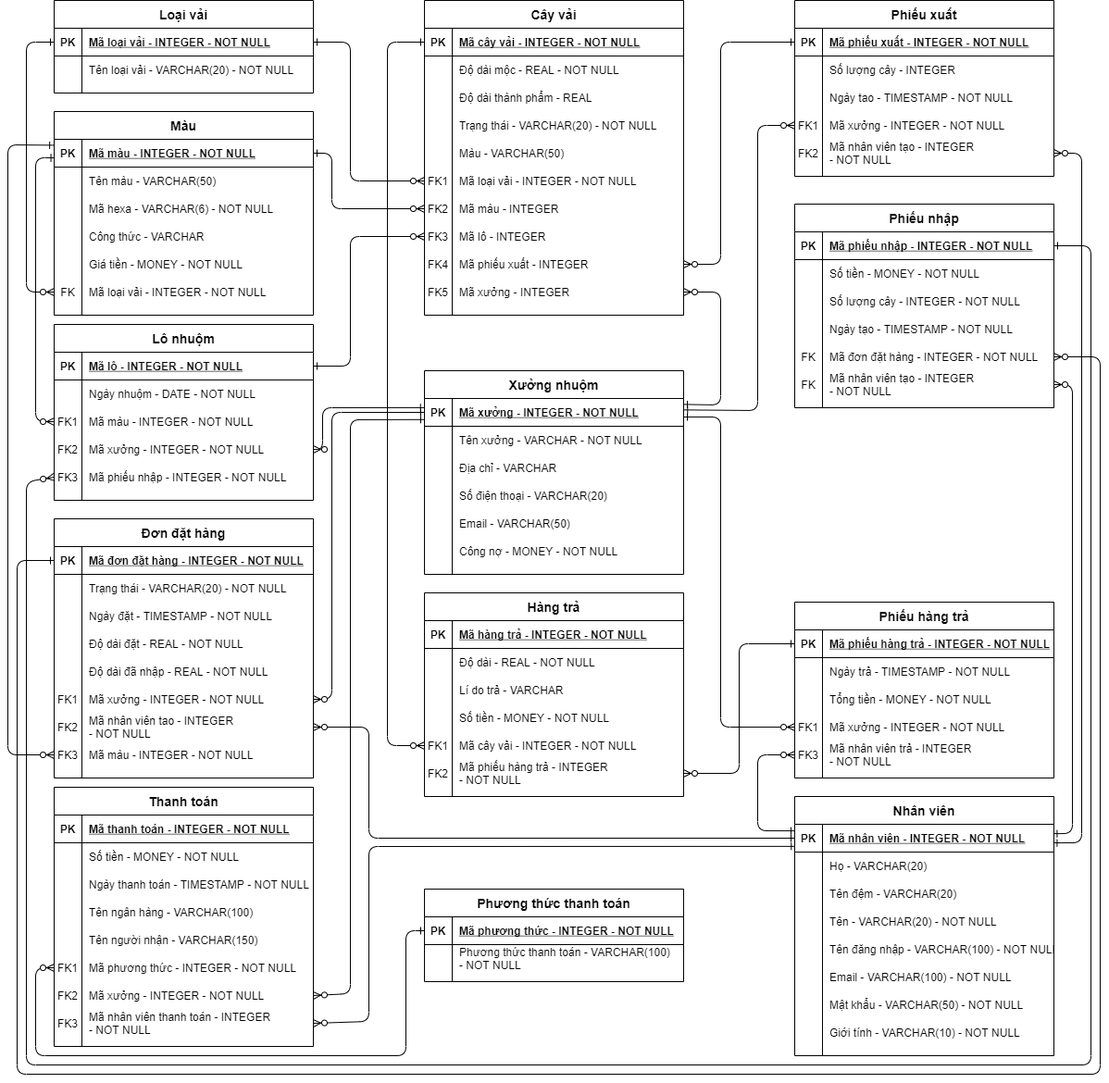
Earlier version of the draw.io export Image/General/Relational Data Model.png (trungtinh961/Report_LVTN). Source tidied: cells renumbered, new cells last; positions are measured from the earlier drawing's top-left corner, leaving out a move shared by most shapes.
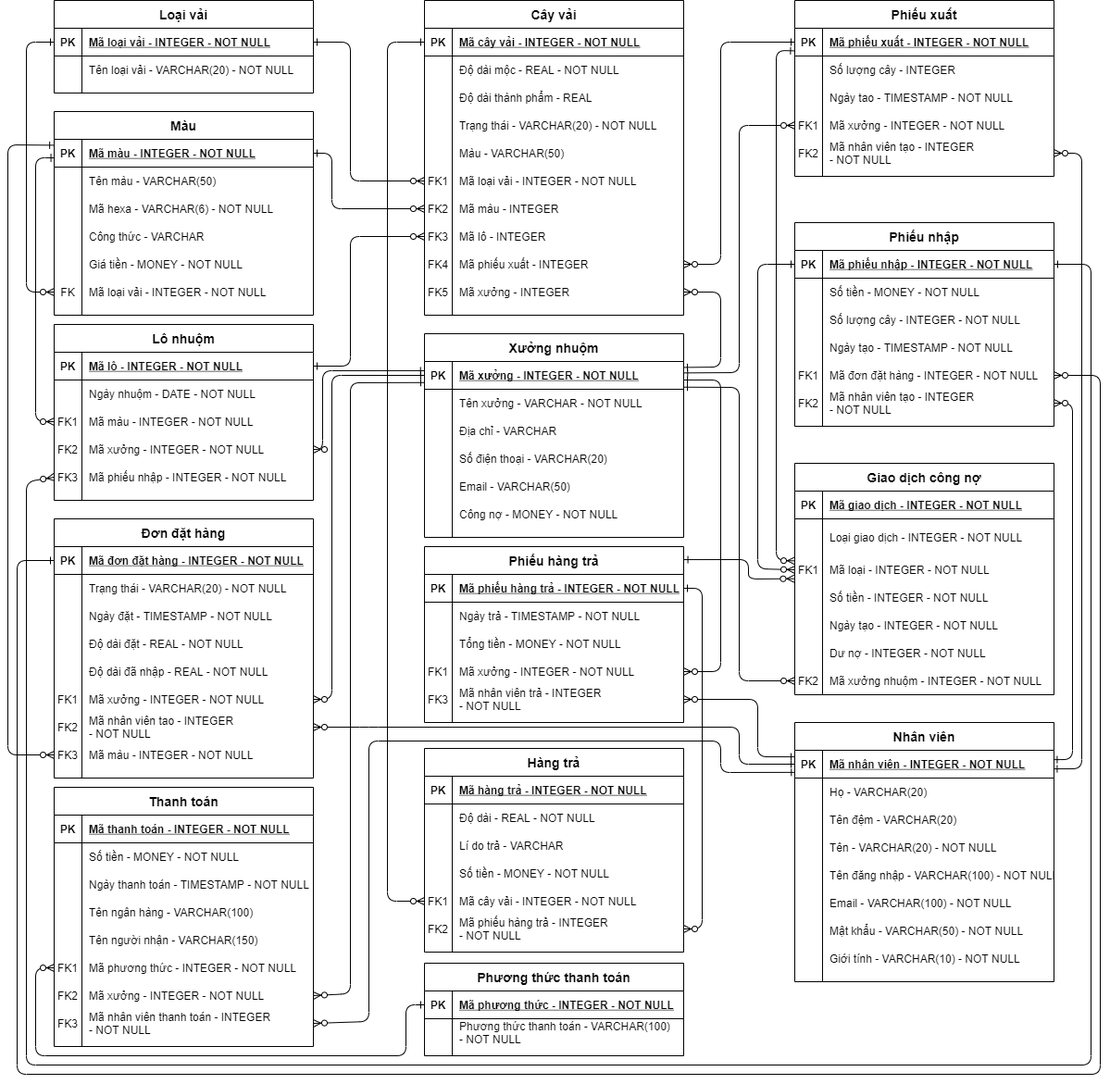
Above is the later version.

Diff of the diagram source:
```diff
@@ -5,3 +5,3 @@
     <mxCell id="2" value="Nhân viên" style="shape=table;startSize=30;rowLines=0;fontStyle=1;align=center;fontSize=14;" parent="1" vertex="1">
-      <mxGeometry x="850" y="860" width="280" height="280" as="geometry" />
+      <mxGeometry x="850" y="780" width="280" height="280" as="geometry" />
     </mxCell>
@@ -80,3 +80,3 @@
     <mxCell id="27" value="Phiếu nhập" style="shape=table;startSize=30;rowLines=0;fontStyle=1;align=center;fontSize=14;" parent="1" vertex="1">
-      <mxGeometry x="850" y="220" width="280" height="220" as="geometry" />
+      <mxGeometry x="850" y="240" width="280" height="220" as="geometry" />
     </mxCell>
@@ -121,3 +121,3 @@
     </mxCell>
-    <mxCell id="41" value="FK" style="shape=partialRectangle;overflow=hidden;fillColor=none;top=0;left=0;bottom=0;right=0;" parent="40" vertex="1">
+    <mxCell id="41" value="FK1" style="shape=partialRectangle;overflow=hidden;fillColor=none;top=0;left=0;bottom=0;right=0;" parent="40" vertex="1">
       <mxGeometry width="30" height="30" as="geometry" />
@@ -130,3 +130,3 @@
     </mxCell>
-    <mxCell id="44" value="FK" style="shape=partialRectangle;overflow=hidden;fillColor=none;top=0;left=0;bottom=0;right=0;" parent="43" vertex="1">
+    <mxCell id="44" value="FK2" style="shape=partialRectangle;overflow=hidden;fillColor=none;top=0;left=0;bottom=0;right=0;" parent="43" vertex="1">
       <mxGeometry width="30" height="30" as="geometry" />
@@ -554,3 +554,3 @@
     <mxCell id="185" value="Phương thức thanh toán" style="shape=table;startSize=30;rowLines=0;fontStyle=1;align=center;fontSize=14;" parent="1" vertex="1">
-      <mxGeometry x="450" y="960" width="280" height="100" as="geometry" />
+      <mxGeometry x="450" y="1040" width="280" height="100" as="geometry" />
     </mxCell>
@@ -575,3 +575,3 @@
     <mxCell id="192" value="Xưởng nhuộm" style="shape=table;startSize=30;rowLines=0;fontStyle=1;align=center;fontSize=14;" parent="1" vertex="1">
-      <mxGeometry x="450" y="400" width="280" height="220" as="geometry" />
+      <mxGeometry x="450" y="360" width="280" height="220" as="geometry" />
     </mxCell>
@@ -632,3 +632,3 @@
     <mxCell id="211" value="Hàng trả" style="shape=table;startSize=30;rowLines=0;fontStyle=1;align=center;fontSize=14;" parent="1" vertex="1">
-      <mxGeometry x="450" y="640" width="280" height="220" as="geometry" />
+      <mxGeometry x="450" y="808" width="280" height="220" as="geometry" />
     </mxCell>
@@ -731,3 +731,3 @@
         <Array as="points">
-          <mxPoint x="350" y="445" />
+          <mxPoint x="350" y="405" />
           <mxPoint x="350" y="755" />
@@ -739,3 +739,4 @@
         <Array as="points">
-          <mxPoint x="390" y="905" />
+          <mxPoint x="790" y="825" />
+          <mxPoint x="790" y="785" />
           <mxPoint x="390" y="785" />
@@ -747,3 +748,3 @@
         <Array as="points">
-          <mxPoint x="430" y="1005" />
+          <mxPoint x="430" y="1085" />
           <mxPoint x="430" y="1140" />
@@ -757,3 +758,5 @@
         <Array as="points">
-          <mxPoint x="390" y="914" />
+          <mxPoint x="770" y="834" />
+          <mxPoint x="770" y="800" />
+          <mxPoint x="390" y="800" />
           <mxPoint x="390" y="1103" />
@@ -765,3 +768,3 @@
         <Array as="points">
-          <mxPoint x="370" y="453" />
+          <mxPoint x="370" y="413" />
           <mxPoint x="370" y="1073" />
@@ -773,3 +776,3 @@
         <Array as="points">
-          <mxPoint x="770" y="437" />
+          <mxPoint x="770" y="396" />
           <mxPoint x="770" y="315" />
@@ -789,4 +792,4 @@
         <Array as="points">
-          <mxPoint x="810" y="443" />
-          <mxPoint x="810" y="135" />
+          <mxPoint x="790" y="402" />
+          <mxPoint x="790" y="135" />
         </Array>
@@ -797,3 +800,3 @@
         <Array as="points">
-          <mxPoint x="1160" y="910" />
+          <mxPoint x="1160" y="830" />
           <mxPoint x="1160" y="165" />
@@ -805,4 +808,4 @@
         <Array as="points">
-          <mxPoint x="1150" y="900" />
-          <mxPoint x="1150" y="415" />
+          <mxPoint x="1150" y="820" />
+          <mxPoint x="1150" y="435" />
         </Array>
@@ -810,7 +813,7 @@
     </mxCell>
-    <mxCell id="245" style="endArrow=ERzeroToMany;startArrow=ERone;endFill=1;startFill=0;entryX=0;entryY=0.5;entryDx=0;entryDy=0;exitX=1;exitY=0.668;exitDx=0;exitDy=0;exitPerimeter=0;" parent="1" edge="1" source="193" target="258">
+    <mxCell id="245" style="endArrow=ERzeroToMany;startArrow=ERone;endFill=1;startFill=0;entryX=1;entryY=0.5;entryDx=0;entryDy=0;exitX=1;exitY=0.668;exitDx=0;exitDy=0;exitPerimeter=0;" parent="1" edge="1" source="193" target="258">
       <mxGeometry relative="1" as="geometry">
         <Array as="points">
-          <mxPoint x="770" y="450" />
-          <mxPoint x="770" y="785" />
+          <mxPoint x="770" y="410" />
+          <mxPoint x="770" y="725" />
         </Array>
@@ -818,7 +821,7 @@
     </mxCell>
-    <mxCell id="246" style="endArrow=ERzeroToMany;startArrow=ERone;endFill=1;startFill=0;entryX=1;entryY=0.5;entryDx=0;entryDy=0;exitX=0;exitY=0.5;exitDx=0;exitDy=0;" parent="1" edge="1" source="249" target="227">
+    <mxCell id="246" style="endArrow=ERzeroToMany;startArrow=ERone;endFill=1;startFill=0;entryX=1;entryY=0.5;entryDx=0;entryDy=0;exitX=1;exitY=0.5;exitDx=0;exitDy=0;" parent="1" edge="1" source="249" target="227">
       <mxGeometry relative="1" as="geometry">
         <Array as="points">
-          <mxPoint x="790" y="695" />
-          <mxPoint x="790" y="835" />
+          <mxPoint x="750" y="635" />
+          <mxPoint x="750" y="1003" />
         </Array>
@@ -830,3 +833,3 @@
           <mxPoint x="410" y="45" />
-          <mxPoint x="410" y="805" />
+          <mxPoint x="410" y="973" />
         </Array>
@@ -835,3 +838,3 @@
     <mxCell id="248" value="Phiếu hàng trả" style="shape=table;startSize=30;rowLines=0;fontStyle=1;align=center;fontSize=14;" parent="1" vertex="1">
-      <mxGeometry x="850" y="650" width="280" height="190" as="geometry" />
+      <mxGeometry x="450" y="590" width="280" height="190" as="geometry" />
     </mxCell>
@@ -882,7 +885,7 @@
     </mxCell>
-    <mxCell id="264" style="endArrow=ERzeroToMany;startArrow=ERone;endFill=1;startFill=0;entryX=0;entryY=0.5;entryDx=0;entryDy=0;exitX=0;exitY=0.237;exitDx=0;exitDy=0;exitPerimeter=0;" parent="1" edge="1" source="3" target="261">
+    <mxCell id="264" style="endArrow=ERzeroToMany;startArrow=ERone;endFill=1;startFill=0;entryX=1;entryY=0.5;entryDx=0;entryDy=0;exitX=0;exitY=0.237;exitDx=0;exitDy=0;exitPerimeter=0;" parent="1" edge="1" source="3" target="261">
       <mxGeometry relative="1" as="geometry">
         <Array as="points">
-          <mxPoint x="810" y="897" />
-          <mxPoint x="810" y="815" />
+          <mxPoint x="810" y="817" />
+          <mxPoint x="810" y="755" />
         </Array>
@@ -893,3 +896,3 @@
         <Array as="points">
-          <mxPoint x="340" y="440" />
+          <mxPoint x="340" y="400" />
           <mxPoint x="340" y="485" />
@@ -901,3 +904,3 @@
         <Array as="points">
-          <mxPoint x="1170" y="265" />
+          <mxPoint x="1170" y="285" />
           <mxPoint x="1170" y="1150" />
@@ -922,3 +925,3 @@
           <mxPoint x="1180" y="1160" />
-          <mxPoint x="1180" y="385" />
+          <mxPoint x="1180" y="405" />
         </Array>
@@ -926,2 +929,100 @@
     </mxCell>
+    <mxCell id="269" value="Giao dịch công nợ" style="shape=table;startSize=30;rowLines=0;fontStyle=1;align=center;fontSize=14;" parent="1" vertex="1">
+      <mxGeometry x="850" y="500" width="280" height="250" as="geometry" />
+    </mxCell>
+    <mxCell id="270" style="shape=partialRectangle;fillColor=none;top=0;left=0;right=0;bottom=1;" parent="269" vertex="1">
+      <mxGeometry y="30" width="280" height="30" as="geometry" />
+    </mxCell>
+    <mxCell id="271" value="PK" style="shape=partialRectangle;overflow=hidden;fillColor=none;top=0;left=0;bottom=0;right=0;fontStyle=1;" parent="270" vertex="1">
+      <mxGeometry width="30" height="30" as="geometry" />
+    </mxCell>
+    <mxCell id="272" value="Mã giao dịch - INTEGER - NOT NULL " style="shape=partialRectangle;overflow=hidden;fillColor=none;top=0;left=0;bottom=0;right=0;align=left;spacingLeft=6;fontStyle=5;" parent="270" vertex="1">
+      <mxGeometry x="30" width="250" height="30" as="geometry" />
+    </mxCell>
+    <mxCell id="273" style="shape=partialRectangle;fillColor=none;top=0;left=0;right=0;bottom=0;" parent="269" vertex="1">
+      <mxGeometry y="60" width="280" height="40" as="geometry" />
+    </mxCell>
+    <mxCell id="274" style="shape=partialRectangle;overflow=hidden;fillColor=none;top=0;left=0;bottom=0;right=0;" parent="273" vertex="1">
+      <mxGeometry width="30" height="40" as="geometry" />
+    </mxCell>
+    <mxCell id="275" value="Loại giao dịch - INTEGER - NOT NULL" style="shape=partialRectangle;overflow=hidden;fillColor=none;top=0;left=0;bottom=0;right=0;align=left;spacingLeft=6;" parent="273" vertex="1">
+      <mxGeometry x="30" width="250" height="40" as="geometry" />
+    </mxCell>
+    <mxCell id="276" style="shape=partialRectangle;fillColor=none;points=[[0,0.5],[1,0.5]];portConstraint=eastwest;top=0;left=0;right=0;bottom=0;" parent="269" vertex="1">
+      <mxGeometry y="100" width="280" height="30" as="geometry" />
+    </mxCell>
+    <mxCell id="277" value="FK1" style="shape=partialRectangle;overflow=hidden;fillColor=none;top=0;left=0;bottom=0;right=0;" parent="276" vertex="1">
+      <mxGeometry width="30" height="30" as="geometry" />
+    </mxCell>
+    <mxCell id="278" value="Mã loại - INTEGER - NOT NULL" style="shape=partialRectangle;overflow=hidden;fillColor=none;top=0;left=0;bottom=0;right=0;align=left;spacingLeft=6;" parent="276" vertex="1">
+      <mxGeometry x="30" width="250" height="30" as="geometry" />
+    </mxCell>
+    <mxCell id="279" style="shape=partialRectangle;fillColor=none;top=0;left=0;right=0;bottom=0;" parent="269" vertex="1">
+      <mxGeometry y="130" width="280" height="30" as="geometry" />
+    </mxCell>
+    <mxCell id="280" style="shape=partialRectangle;overflow=hidden;fillColor=none;top=0;left=0;bottom=0;right=0;" parent="279" vertex="1">
+      <mxGeometry width="30" height="30" as="geometry" />
+    </mxCell>
+    <mxCell id="281" value="Số tiền - INTEGER - NOT NULL" style="shape=partialRectangle;overflow=hidden;fillColor=none;top=0;left=0;bottom=0;right=0;align=left;spacingLeft=6;" parent="279" vertex="1">
+      <mxGeometry x="30" width="250" height="30" as="geometry" />
+    </mxCell>
+    <mxCell id="282" style="shape=partialRectangle;fillColor=none;top=0;left=0;right=0;bottom=0;" parent="269" vertex="1">
+      <mxGeometry y="160" width="280" height="30" as="geometry" />
+    </mxCell>
+    <mxCell id="283" style="shape=partialRectangle;overflow=hidden;fillColor=none;top=0;left=0;bottom=0;right=0;" parent="282" vertex="1">
+      <mxGeometry width="30" height="30" as="geometry" />
+    </mxCell>
+    <mxCell id="284" value="Ngày tạo - INTEGER - NOT NULL" style="shape=partialRectangle;overflow=hidden;fillColor=none;top=0;left=0;bottom=0;right=0;align=left;spacingLeft=6;" parent="282" vertex="1">
+      <mxGeometry x="30" width="250" height="30" as="geometry" />
+    </mxCell>
+    <mxCell id="285" style="shape=partialRectangle;fillColor=none;top=0;left=0;right=0;bottom=0;" parent="269" vertex="1">
+      <mxGeometry y="190" width="280" height="30" as="geometry" />
+    </mxCell>
+    <mxCell id="286" style="shape=partialRectangle;overflow=hidden;fillColor=none;top=0;left=0;bottom=0;right=0;" parent="285" vertex="1">
+      <mxGeometry width="30" height="30" as="geometry" />
+    </mxCell>
+    <mxCell id="287" value="Dư nợ - INTEGER - NOT NULL" style="shape=partialRectangle;overflow=hidden;fillColor=none;top=0;left=0;bottom=0;right=0;align=left;spacingLeft=6;" parent="285" vertex="1">
+      <mxGeometry x="30" width="250" height="30" as="geometry" />
+    </mxCell>
+    <mxCell id="288" style="shape=partialRectangle;fillColor=none;points=[[0,0.5],[1,0.5]];portConstraint=eastwest;top=0;left=0;right=0;bottom=0;" parent="269" vertex="1">
+      <mxGeometry y="220" width="280" height="30" as="geometry" />
+    </mxCell>
+    <mxCell id="289" value="FK2" style="shape=partialRectangle;overflow=hidden;fillColor=none;top=0;left=0;bottom=0;right=0;" parent="288" vertex="1">
+      <mxGeometry width="30" height="30" as="geometry" />
+    </mxCell>
+    <mxCell id="290" value="Mã xưởng nhuộm - INTEGER - NOT NULL" style="shape=partialRectangle;overflow=hidden;fillColor=none;top=0;left=0;bottom=0;right=0;align=left;spacingLeft=6;" parent="288" vertex="1">
+      <mxGeometry x="30" width="250" height="30" as="geometry" />
+    </mxCell>
+    <mxCell id="291" style="endArrow=ERzeroToMany;startArrow=ERone;endFill=1;startFill=0;entryX=0;entryY=0.5;entryDx=0;entryDy=0;exitX=1;exitY=0.924;exitDx=0;exitDy=0;exitPerimeter=0;" parent="1" edge="1" source="193" target="288">
+      <mxGeometry relative="1" as="geometry">
+        <Array as="points">
+          <mxPoint x="790" y="418" />
+          <mxPoint x="790" y="735" />
+        </Array>
+      </mxGeometry>
+    </mxCell>
+    <mxCell id="292" style="endArrow=ERzeroToMany;startArrow=ERone;endFill=1;startFill=0;entryX=-0.002;entryY=0.822;entryDx=0;entryDy=0;exitX=1.002;exitY=0.074;exitDx=0;exitDy=0;exitPerimeter=0;entryPerimeter=0;" parent="1" edge="1" source="248" target="276">
+      <mxGeometry relative="1" as="geometry">
+        <Array as="points">
+          <mxPoint x="800" y="604" />
+          <mxPoint x="800" y="625" />
+        </Array>
+      </mxGeometry>
+    </mxCell>
+    <mxCell id="293" style="endArrow=ERzeroToMany;startArrow=ERone;endFill=1;startFill=0;entryX=0;entryY=0.5;entryDx=0;entryDy=0;exitX=0;exitY=0.5;exitDx=0;exitDy=0;" parent="1" edge="1" source="28" target="276">
+      <mxGeometry relative="1" as="geometry">
+        <Array as="points">
+          <mxPoint x="810" y="285" />
+          <mxPoint x="810" y="614" />
+        </Array>
+      </mxGeometry>
+    </mxCell>
+    <mxCell id="294" style="endArrow=ERzeroToMany;startArrow=ERone;endFill=1;startFill=0;entryX=0;entryY=0.178;entryDx=0;entryDy=0;exitX=-0.002;exitY=0.814;exitDx=0;exitDy=0;entryPerimeter=0;exitPerimeter=0;" parent="1" edge="1" source="47" target="276">
+      <mxGeometry relative="1" as="geometry">
+        <Array as="points">
+          <mxPoint x="830" y="54" />
+          <mxPoint x="830" y="605" />
+        </Array>
+      </mxGeometry>
+    </mxCell>
   </root>
```
